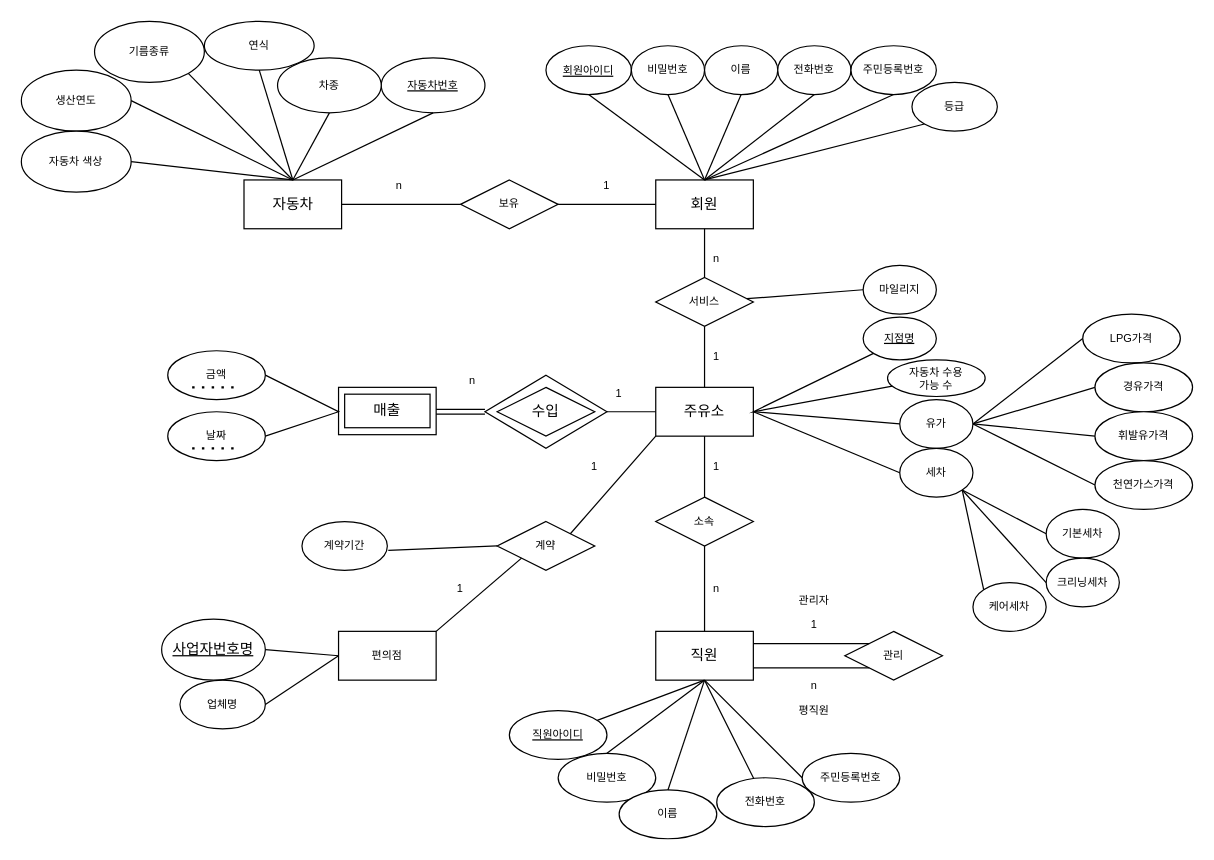
The draw.io diagram Untitled Diagram.drawio in junki1912/DataBase_base, before the edit. Source tidied: cells renumbered, new cells numbered last; positions are measured from the earlier drawing's top-left corner, leaving out a move shared by most shapes. Both pictures are drawn from the tidied source at 122%, with x=0, y=0 at pixel (21, 21).
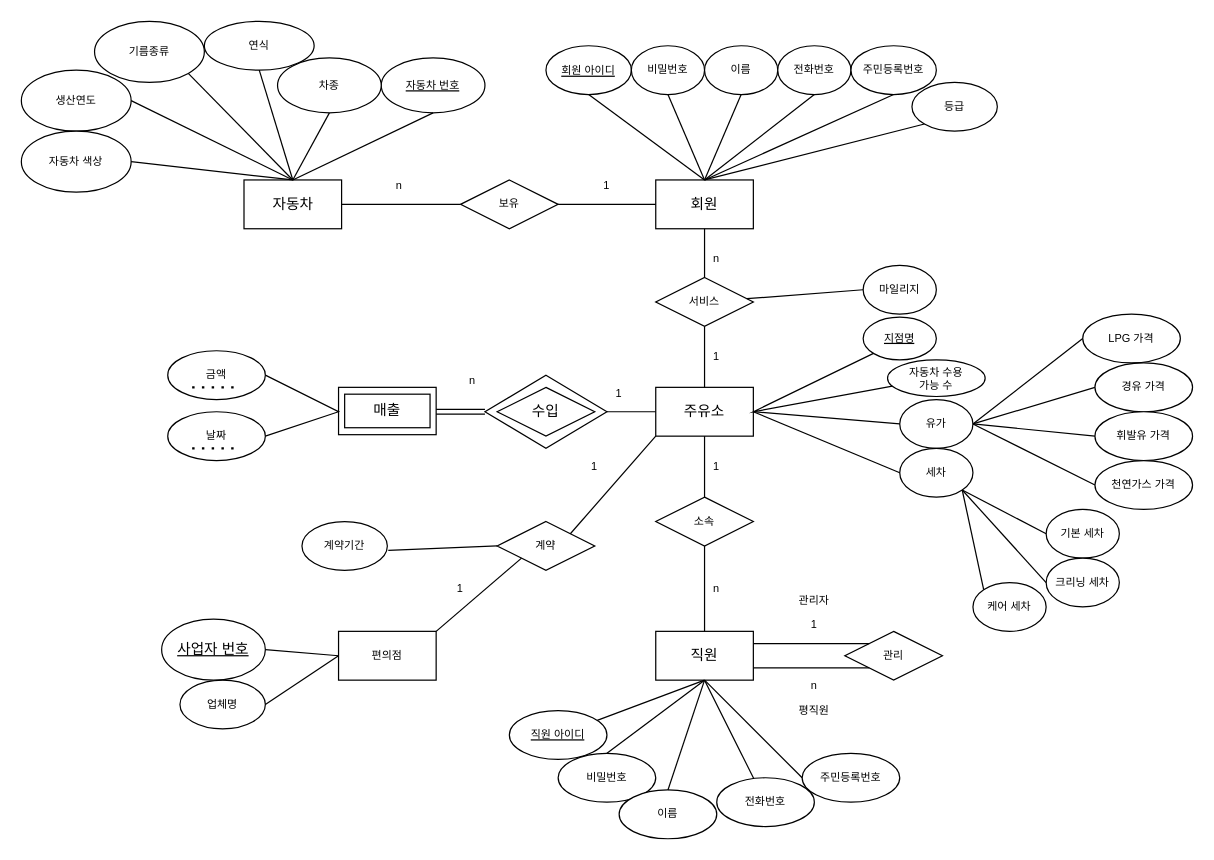
After the change.

Commit message:
GasStation_ERD

Diff of the diagram source:
```diff
@@
-    <mxCell id="4" value="&lt;font style=&quot;font-size: 9px;&quot;&gt;&lt;u&gt;회원아이디&lt;/u&gt;&lt;/font&gt;" style="ellipse;whiteSpace=wrap;html=1;" parent="1" vertex="1">
+    <mxCell id="4" value="&lt;font style=&quot;font-size: 9px;&quot;&gt;&lt;u&gt;회원 아이디&lt;/u&gt;&lt;/font&gt;" style="ellipse;whiteSpace=wrap;html=1;" parent="1" vertex="1">
       <mxGeometry x="430" y="20" width="70" height="40" as="geometry" />
     </mxCell>
@@
-    <mxCell id="18" value="&lt;u&gt;직원아이디&lt;/u&gt;" style="ellipse;whiteSpace=wrap;html=1;fontSize=9;" parent="1" vertex="1">
+    <mxCell id="18" value="&lt;u&gt;직원 아이디&lt;/u&gt;" style="ellipse;whiteSpace=wrap;html=1;fontSize=9;" parent="1" vertex="1">
       <mxGeometry x="400" y="565" width="80" height="40" as="geometry" />
     </mxCell>
@@
-    <mxCell id="50" value="LPG가격" style="ellipse;whiteSpace=wrap;html=1;fontSize=9;" parent="1" vertex="1">
+    <mxCell id="50" value="LPG 가격" style="ellipse;whiteSpace=wrap;html=1;fontSize=9;" parent="1" vertex="1">
       <mxGeometry x="870" y="240" width="80" height="40" as="geometry" />
     </mxCell>
-    <mxCell id="51" value="경유가격" style="ellipse;whiteSpace=wrap;html=1;fontSize=9;" parent="1" vertex="1">
+    <mxCell id="51" value="경유 가격" style="ellipse;whiteSpace=wrap;html=1;fontSize=9;" parent="1" vertex="1">
       <mxGeometry x="880" y="280" width="80" height="40" as="geometry" />
     </mxCell>
-    <mxCell id="52" value="휘발유가격" style="ellipse;whiteSpace=wrap;html=1;fontSize=9;" parent="1" vertex="1">
+    <mxCell id="52" value="휘발유 가격" style="ellipse;whiteSpace=wrap;html=1;fontSize=9;" parent="1" vertex="1">
       <mxGeometry x="880" y="320" width="80" height="40" as="geometry" />
     </mxCell>
-    <mxCell id="53" value="천연가스가격" style="ellipse;whiteSpace=wrap;html=1;fontSize=9;" parent="1" vertex="1">
+    <mxCell id="53" value="천연가스 가격" style="ellipse;whiteSpace=wrap;html=1;fontSize=9;" parent="1" vertex="1">
       <mxGeometry x="880" y="360" width="80" height="40" as="geometry" />
     </mxCell>
@@
-    <mxCell id="59" value="기본세차" style="ellipse;whiteSpace=wrap;html=1;fontSize=9;" parent="1" vertex="1">
+    <mxCell id="59" value="기본 세차" style="ellipse;whiteSpace=wrap;html=1;fontSize=9;" parent="1" vertex="1">
       <mxGeometry x="840" y="400" width="60" height="40" as="geometry" />
     </mxCell>
-    <mxCell id="60" value="크리닝세차" style="ellipse;whiteSpace=wrap;html=1;fontSize=9;" parent="1" vertex="1">
+    <mxCell id="60" value="크리닝 세차" style="ellipse;whiteSpace=wrap;html=1;fontSize=9;" parent="1" vertex="1">
       <mxGeometry x="840" y="440" width="60" height="40" as="geometry" />
     </mxCell>
-    <mxCell id="61" value="케어세차" style="ellipse;whiteSpace=wrap;html=1;fontSize=9;" parent="1" vertex="1">
+    <mxCell id="61" value="케어 세차" style="ellipse;whiteSpace=wrap;html=1;fontSize=9;" parent="1" vertex="1">
       <mxGeometry x="780" y="460" width="60" height="40" as="geometry" />
     </mxCell>
@@
-    <mxCell id="87" value="&lt;u&gt;자동차번호&lt;/u&gt;" style="ellipse;whiteSpace=wrap;html=1;fontSize=9;" parent="1" vertex="1">
+    <mxCell id="87" value="&lt;u&gt;자동차 번호&lt;/u&gt;" style="ellipse;whiteSpace=wrap;html=1;fontSize=9;" parent="1" vertex="1">
       <mxGeometry x="295" y="30" width="85" height="45" as="geometry" />
     </mxCell>
@@
-    <mxCell id="108" value="&lt;u&gt;사업자번호명&lt;/u&gt;" style="ellipse;whiteSpace=wrap;html=1;" parent="1" vertex="1">
+    <mxCell id="108" value="&lt;u&gt;사업자 번호&lt;/u&gt;" style="ellipse;whiteSpace=wrap;html=1;" parent="1" vertex="1">
       <mxGeometry x="115" y="490" width="85" height="50" as="geometry" />
     </mxCell>
```
